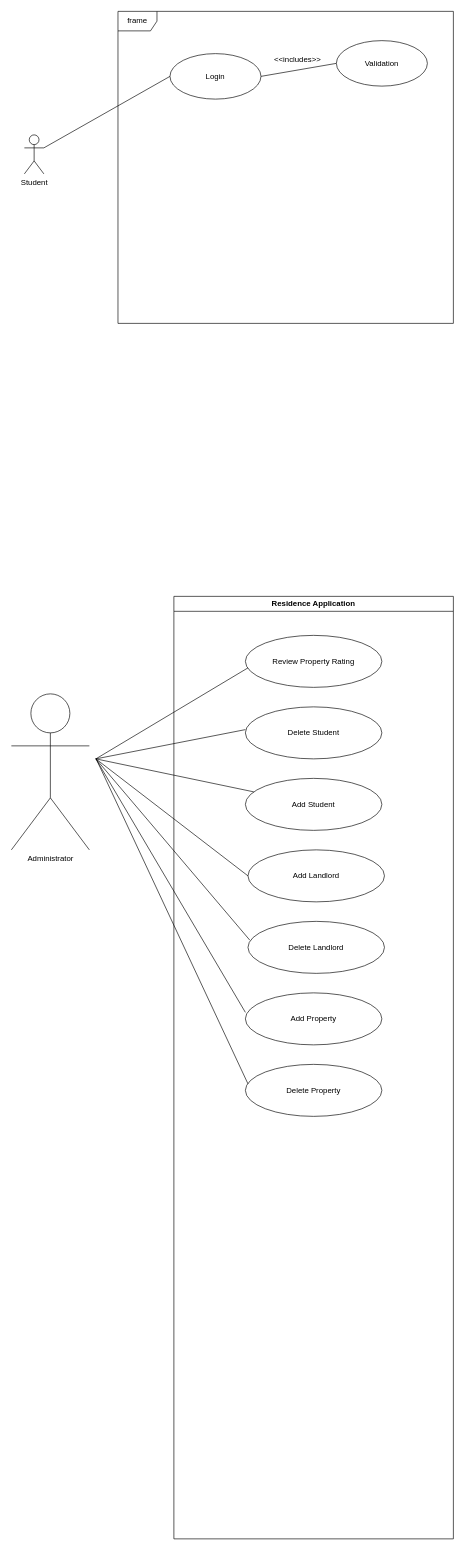
This is AdminUseCase.drawio from SETHU60/cput_accomodation_application, a draw.io file, before an edit. Source tidied: cells renumbered, new cells numbered last; positions are measured from the earlier drawing's top-left corner, leaving out a move shared by most shapes. Both pictures are drawn from the tidied source at 65%, with x=0, y=0 at pixel (11, 11).
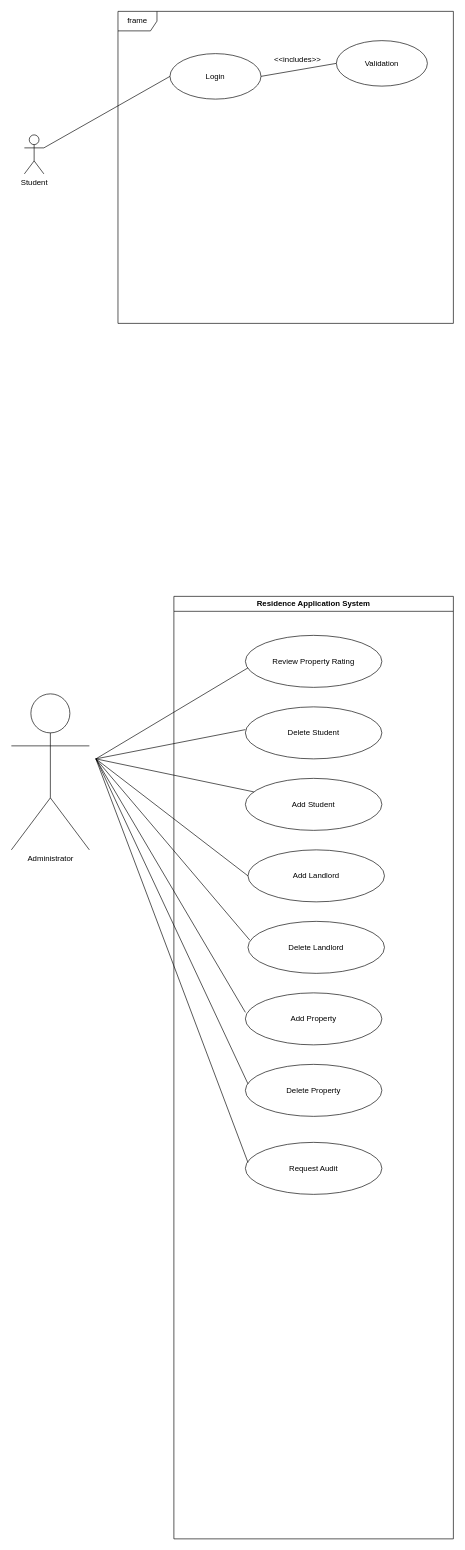
After the change.

Diff of the diagram source:
```diff
@@
-    <mxCell id="9" value="Residence Application" style="swimlane;whiteSpace=wrap;html=1;" parent="1" vertex="1">
+    <mxCell id="9" value="Residence Application System" style="swimlane;whiteSpace=wrap;html=1;" parent="1" vertex="1">
       <mxGeometry x="250" y="900" width="430" height="1450" as="geometry" />
     </mxCell>
@@
+    <mxCell id="25" value="Request Audit" style="ellipse;whiteSpace=wrap;html=1;" parent="9" vertex="1">
+      <mxGeometry x="110" y="840" width="210" height="80" as="geometry" />
+    </mxCell>
+    <mxCell id="26" style="endArrow=none;html=1;rounded=0;" parent="9" edge="1">
+      <mxGeometry relative="1" as="geometry">
+        <mxPoint x="-120" y="250" as="sourcePoint" />
+        <mxPoint x="114" y="871" as="targetPoint" />
+      </mxGeometry>
+    </mxCell>
```
